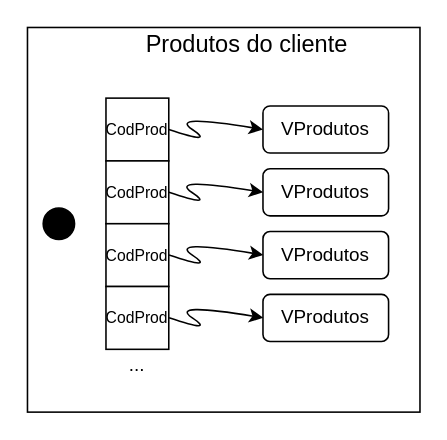
The draw.io diagram projeto_java/relatorio/Prodscliente.drawio in puyol105/LI3, before the edit. Source tidied: cells renumbered, new cells numbered last; positions are measured from the earlier drawing's top-left corner, leaving out a move shared by most shapes. Both pictures are drawn from the tidied source at 157%, with x=0, y=0 at pixel (27, 27).
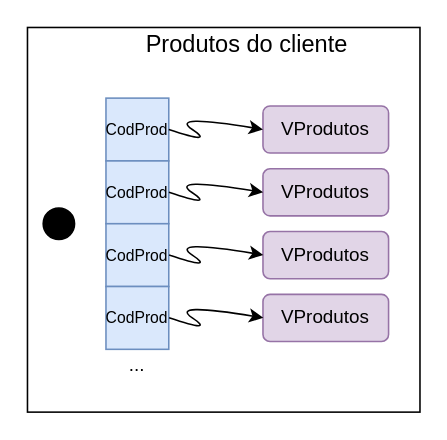
After the change.

The edit, as a diff of the source:
```diff
@@
-    <mxCell id="4" value="&lt;font style=&quot;font-size: 10px&quot;&gt;CodProd&lt;/font&gt;" style="whiteSpace=wrap;html=1;" parent="1" vertex="1">
+    <mxCell id="4" value="&lt;font style=&quot;font-size: 10px&quot;&gt;CodProd&lt;/font&gt;" style="whiteSpace=wrap;html=1;fillColor=#dae8fc;strokeColor=#6c8ebf;" parent="1" vertex="1">
       <mxGeometry x="50" y="45" width="40" height="40" as="geometry" />
     </mxCell>
-    <mxCell id="5" value="&lt;span&gt;&lt;font style=&quot;font-size: 10px&quot;&gt;CodProd&lt;/font&gt;&lt;/span&gt;" style="whiteSpace=wrap;html=1;" parent="1" vertex="1">
+    <mxCell id="5" value="&lt;span&gt;&lt;font style=&quot;font-size: 10px&quot;&gt;CodProd&lt;/font&gt;&lt;/span&gt;" style="whiteSpace=wrap;html=1;fillColor=#dae8fc;strokeColor=#6c8ebf;" parent="1" vertex="1">
       <mxGeometry x="50" y="85" width="40" height="40" as="geometry" />
     </mxCell>
-    <mxCell id="6" value="&lt;span&gt;&lt;font style=&quot;font-size: 10px&quot;&gt;CodProd&lt;/font&gt;&lt;/span&gt;&lt;br&gt;" style="whiteSpace=wrap;html=1;" parent="1" vertex="1">
+    <mxCell id="6" value="&lt;span&gt;&lt;font style=&quot;font-size: 10px&quot;&gt;CodProd&lt;/font&gt;&lt;/span&gt;&lt;br&gt;" style="whiteSpace=wrap;html=1;fillColor=#dae8fc;strokeColor=#6c8ebf;" parent="1" vertex="1">
       <mxGeometry x="50" y="125" width="40" height="40" as="geometry" />
     </mxCell>
-    <mxCell id="7" value="&lt;span&gt;&lt;font style=&quot;font-size: 10px&quot;&gt;CodProd&lt;/font&gt;&lt;/span&gt;&lt;br&gt;" style="whiteSpace=wrap;html=1;" parent="1" vertex="1">
+    <mxCell id="7" value="&lt;span&gt;&lt;font style=&quot;font-size: 10px&quot;&gt;CodProd&lt;/font&gt;&lt;/span&gt;&lt;br&gt;" style="whiteSpace=wrap;html=1;fillColor=#dae8fc;strokeColor=#6c8ebf;" parent="1" vertex="1">
       <mxGeometry x="50" y="165" width="40" height="40" as="geometry" />
     </mxCell>
-    <mxCell id="8" value="VProdutos" style="rounded=1;whiteSpace=wrap;html=1;" parent="1" vertex="1">
+    <mxCell id="8" value="VProdutos" style="rounded=1;whiteSpace=wrap;html=1;fillColor=#e1d5e7;strokeColor=#9673a6;" parent="1" vertex="1">
       <mxGeometry x="150" y="50" width="80" height="30" as="geometry" />
     </mxCell>
-    <mxCell id="9" value="VProdutos" style="rounded=1;whiteSpace=wrap;html=1;" parent="1" vertex="1">
+    <mxCell id="9" value="VProdutos" style="rounded=1;whiteSpace=wrap;html=1;fillColor=#e1d5e7;strokeColor=#9673a6;" parent="1" vertex="1">
       <mxGeometry x="150" y="90" width="80" height="30" as="geometry" />
     </mxCell>
-    <mxCell id="10" value="VProdutos" style="rounded=1;whiteSpace=wrap;html=1;" parent="1" vertex="1">
+    <mxCell id="10" value="VProdutos" style="rounded=1;whiteSpace=wrap;html=1;fillColor=#e1d5e7;strokeColor=#9673a6;" parent="1" vertex="1">
       <mxGeometry x="150" y="130" width="80" height="30" as="geometry" />
     </mxCell>
-    <mxCell id="11" value="VProdutos" style="rounded=1;whiteSpace=wrap;html=1;" parent="1" vertex="1">
+    <mxCell id="11" value="VProdutos" style="rounded=1;whiteSpace=wrap;html=1;fillColor=#e1d5e7;strokeColor=#9673a6;" parent="1" vertex="1">
       <mxGeometry x="150" y="170" width="80" height="30" as="geometry" />
     </mxCell>
```
